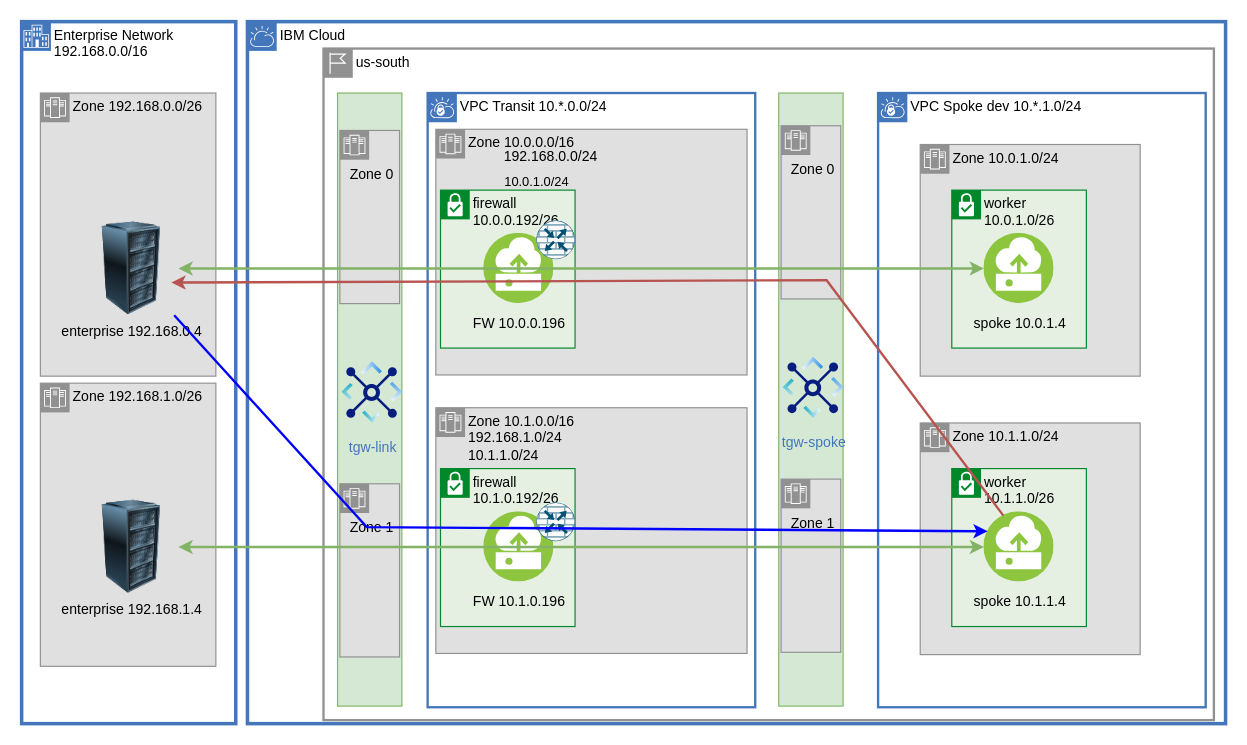
The draw.io diagram page "asymmetric" (4 of 9) of diagrams/vpc-transit.drawio in ibm-cloud-docs/solution-tutorials, before the edit. Source tidied: cells renumbered, new cells numbered last; positions are measured from the earlier drawing's top-left corner, leaving out a move shared by most shapes. Both pictures are drawn from the tidied source at 117%, with x=0, y=0 at pixel (21, 21).
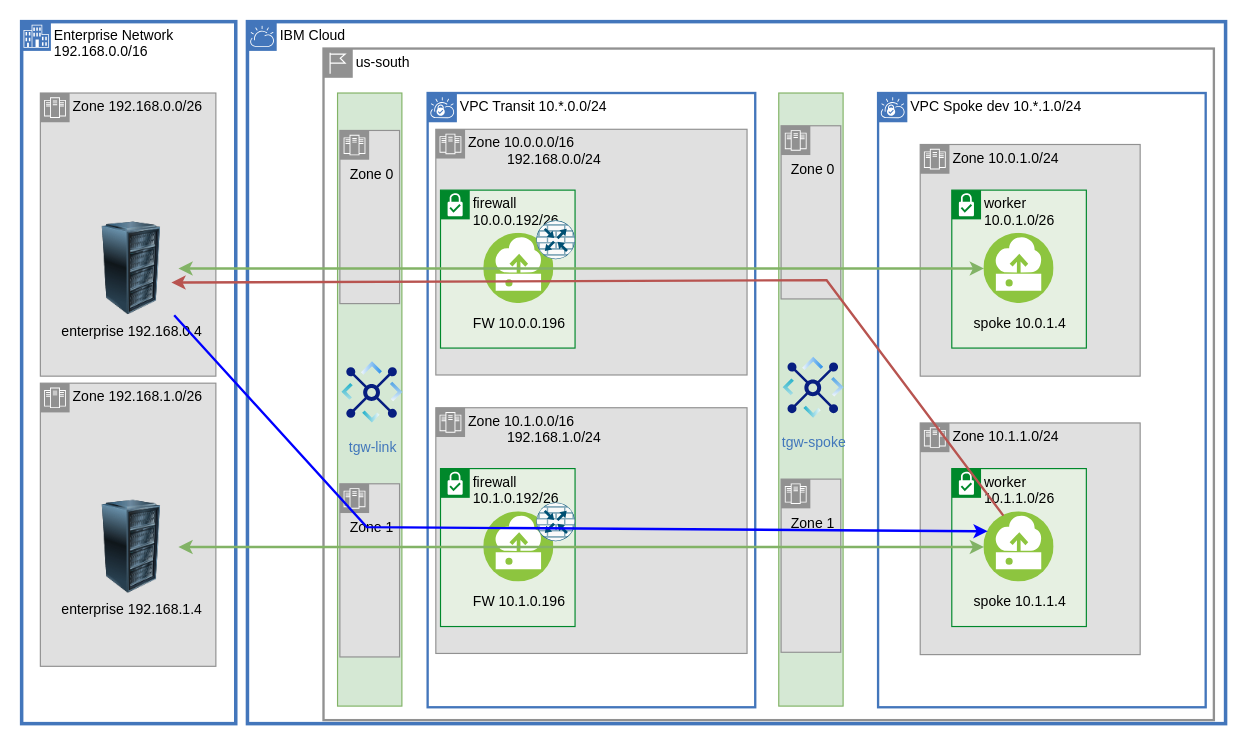
After the change.

Diff of the diagram source:
```diff
@@
+    <mxCell id="6" value="VPC Transit 10.*.0.0/24" style="shape=mxgraph.ibm.box;prType=vpc;fontStyle=0;verticalAlign=top;align=left;spacingLeft=32;spacingTop=4;fillColor=none;rounded=0;whiteSpace=wrap;html=1;strokeColor=#4376BB;strokeWidth=2;dashed=0;spacing=-4;" parent="1" vertex="1">
+      <mxGeometry x="347" y="61" width="280" height="525" as="geometry" />
+    </mxCell>
+    <mxCell id="16" value="Zone 10.1.0.0/16&lt;br&gt;&amp;nbsp; &amp;nbsp; &amp;nbsp; &amp;nbsp; &amp;nbsp; 192.168.1.0/24" style="shape=mxgraph.ibm.box;prType=zone;fontStyle=0;verticalAlign=top;align=left;spacingLeft=32;spacingTop=4;fillColor=#E0E0E0;rounded=0;whiteSpace=wrap;html=1;strokeColor=#919191;strokeWidth=1;dashed=0;spacing=-4;" parent="1" vertex="1">
+      <mxGeometry x="354" y="330" width="266" height="210" as="geometry" />
+    </mxCell>
@@
-    <mxCell id="6" value="VPC Transit 10.*.0.0/24" style="shape=mxgraph.ibm.box;prType=vpc;fontStyle=0;verticalAlign=top;align=left;spacingLeft=32;spacingTop=4;fillColor=none;rounded=0;whiteSpace=wrap;html=1;strokeColor=#4376BB;strokeWidth=2;dashed=0;spacing=-4;" parent="1" vertex="1">
-      <mxGeometry x="347" y="61" width="280" height="525" as="geometry" />
-    </mxCell>
-    <mxCell id="7" value="Zone 10.0.0.0/16&lt;br&gt;&amp;nbsp; &amp;nbsp; &amp;nbsp; &amp;nbsp; &amp;nbsp;" style="shape=mxgraph.ibm.box;prType=zone;fontStyle=0;verticalAlign=top;align=left;spacingLeft=32;spacingTop=4;fillColor=#E0E0E0;rounded=0;whiteSpace=wrap;html=1;strokeColor=#919191;strokeWidth=1;dashed=0;spacing=-4;" parent="1" vertex="1">
+    <mxCell id="7" value="Zone 10.0.0.0/16&lt;br&gt;&amp;nbsp; &amp;nbsp; &amp;nbsp; &amp;nbsp; &amp;nbsp; 192.168.0.0/24" style="shape=mxgraph.ibm.box;prType=zone;fontStyle=0;verticalAlign=top;align=left;spacingLeft=32;spacingTop=4;fillColor=#E0E0E0;rounded=0;whiteSpace=wrap;html=1;strokeColor=#919191;strokeWidth=1;dashed=0;spacing=-4;" parent="1" vertex="1">
       <mxGeometry x="354" y="92" width="266" height="210" as="geometry" />
     </mxCell>
@@
-    <mxCell id="16" value="Zone 10.1.0.0/16&lt;br&gt;192.168.1.0/24&lt;br&gt;10.1.1.0/24" style="shape=mxgraph.ibm.box;prType=zone;fontStyle=0;verticalAlign=top;align=left;spacingLeft=32;spacingTop=4;fillColor=#E0E0E0;rounded=0;whiteSpace=wrap;html=1;strokeColor=#919191;strokeWidth=1;dashed=0;spacing=-4;" parent="1" vertex="1">
-      <mxGeometry x="354" y="330" width="266" height="210" as="geometry" />
-    </mxCell>
@@
-    <mxCell id="44" value="&lt;span style=&quot;font-size: 12px; text-align: left;&quot;&gt;192.168.0.0/24&lt;/span&gt;" style="text;html=1;align=center;verticalAlign=middle;strokeColor=none;fillColor=none;fontSize=11;fontFamily=Helvetica;fontColor=default;" parent="43" vertex="1">
-      <mxGeometry x="403" y="103" width="98" height="26" as="geometry" />
-    </mxCell>
-    <mxCell id="45" parent="0" />
-    <mxCell id="46" value="10.0.1.0/24" style="text;html=1;align=center;verticalAlign=middle;strokeColor=none;fillColor=none;fontSize=11;fontFamily=Helvetica;fontColor=default;" parent="45" vertex="1">
-      <mxGeometry x="403" y="124" width="73" height="25" as="geometry" />
-    </mxCell>
```
